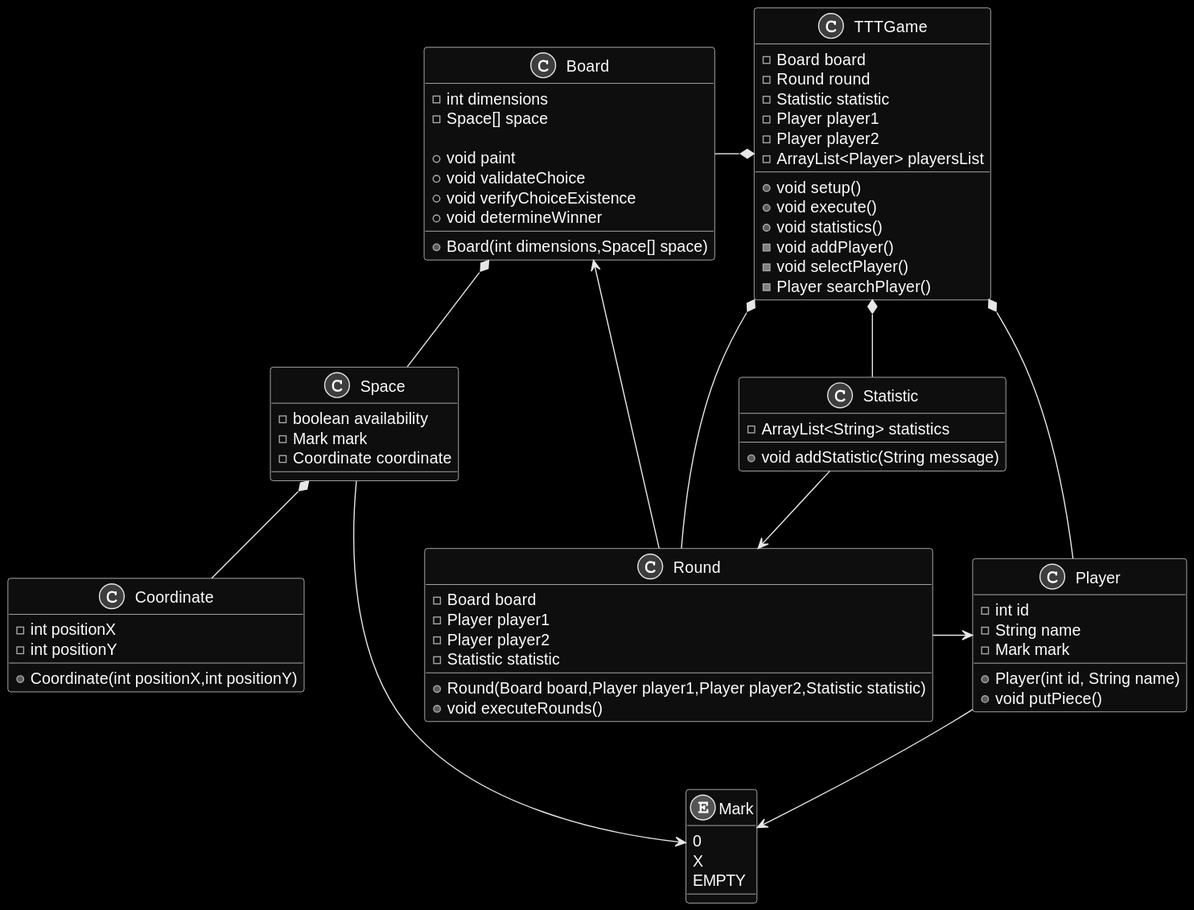
Above: docs/ClassModel.svg in oliver-sierra-telus/DSU-TicTacToe (PlantUML), before the change.
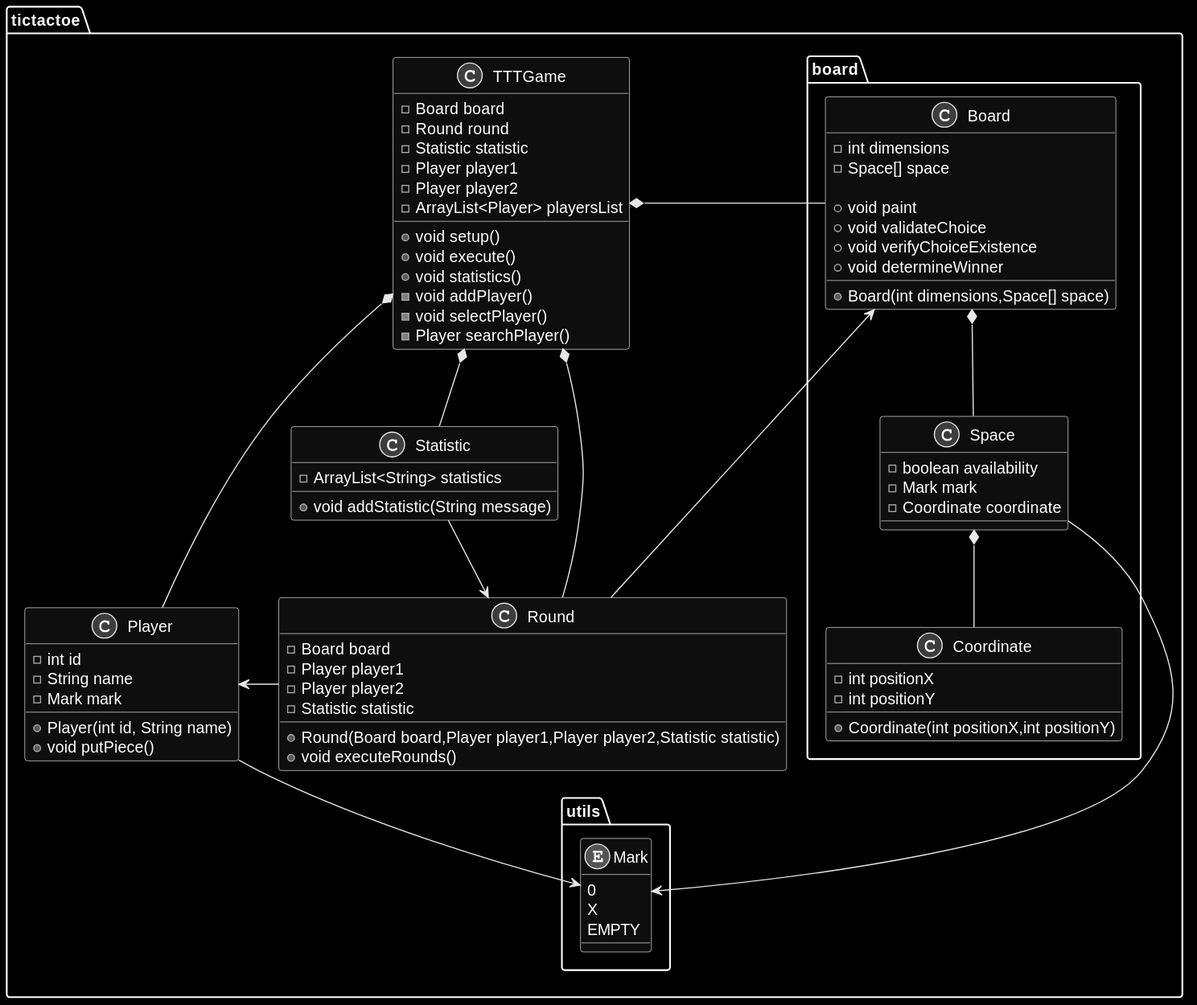
Later version of the same file.

Commit message:
Modify: class diagram image

Change to the diagram source:
```diff
@@ -2,75 +2,81 @@
 
 skinparam monochrome reverse
 
-class TTTGame{
-    -Board board
-    -Round round
-    -Statistic statistic
-    -Player player1
-    -Player player2
-    -ArrayList<Player> playersList
+package tictactoe{
+    class TTTGame{
+        -Board board
+        -Round round
+        -Statistic statistic
+        -Player player1
+        -Player player2
+        -ArrayList<Player> playersList
 
-    +void setup()
-    +void execute()
-    +void statistics()
-    -void addPlayer()
-    -void selectPlayer()
-    -Player searchPlayer()
-}
+        +void setup()
+        +void execute()
+        +void statistics()
+        -void addPlayer()
+        -void selectPlayer()
+        -Player searchPlayer()
+    }
 
-class Board{
-    -int dimensions
-    -Space[] space
+    class Player{
+        -int id
+        -String name
+        -Mark mark
 
-    +Board(int dimensions,Space[] space)
-    +void paint
-    +void validateChoice
-    +void verifyChoiceExistence
-    +void determineWinner
-}
+        +Player(int id, String name)
+        +void putPiece()
+    }
 
-class Space{
-    -boolean availability
-    -Mark mark
-    -Coordinate coordinate
-}
+    class Round{
+        -Board board
+        -Player player1
+        -Player player2
+        -Statistic statistic
 
-class Coordinate{
-    -int positionX
-    -int positionY
+        +Round(Board board,Player player1,Player player2,Statistic statistic)
+        +void executeRounds()
+    }
 
-    +Coordinate(int positionX,int positionY)
-}
+    class Statistic{
+        -ArrayList<String> statistics
 
-enum Mark{
-    0
-    X
-    EMPTY
-}
+        +void addStatistic(String message)
+    }
 
-class Player{
-    -int id
-    -String name
-    -Mark mark
+    package board{
+        class Board{
+            -int dimensions
+            -Space[] space
 
-    +Player(int id, String name)
-    +void putPiece()
-}
+            +Board(int dimensions,Space[] space)
+            +void paint
+            +void validateChoice
+            +void verifyChoiceExistence
+            +void determineWinner
+        }
 
-class Round{
-    -Board board
-    -Player player1
-    -Player player2
-    -Statistic statistic
+        class Space{
+            -boolean availability
+            -Mark mark
+            -Coordinate coordinate
+        }
 
-    +Round(Board board,Player player1,Player player2,Statistic statistic)
-    +void executeRounds()
-}
+        class Coordinate{
+            -int positionX
+            -int positionY
 
-class Statistic{
-    -ArrayList<String> statistics
+            +Coordinate(int positionX,int positionY)
+        }
+    }
 
-    +void addStatistic(String message)
+    package utils{
+        enum Mark{
+            0
+            X
+            EMPTY
+        }
+    }
 }
 
 TTTGame *-left- Board
```
